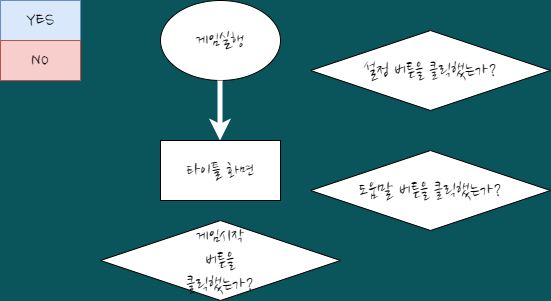
Earlier version of the draw.io export gameplay_flowchat.drawio.png (kinesis19/stac_project_SME). Source tidied: cells renumbered, new cells last; positions are measured from the earlier drawing's top-left corner, leaving out a move shared by most shapes.
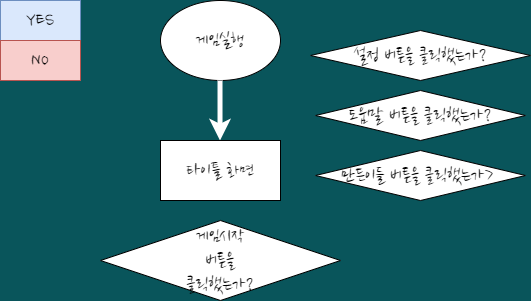
Above is the later version.

Change to the diagram source:
```diff
@@ -24,10 +24,13 @@
       <mxGeometry x="100" y="220" width="240" height="80" as="geometry" />
     </mxCell>
     <mxCell id="8" value="설정 버튼을 클릭했는가?" style="rhombus;whiteSpace=wrap;html=1;rounded=0;sketch=0;fontFamily=Nanum Brush Script;fontSource=https%3A%2F%2Ffonts.googleapis.com%2Fcss%3Ffamily%3DNanum%2BBrush%2BScript;fontSize=20;" parent="1" vertex="1">
-      <mxGeometry x="310" y="30" width="240" height="80" as="geometry" />
+      <mxGeometry x="310" y="30" width="220" height="50" as="geometry" />
     </mxCell>
     <mxCell id="9" value="도움말 버튼을 클릭했는가?" style="rhombus;whiteSpace=wrap;html=1;rounded=0;sketch=0;fontFamily=Nanum Brush Script;fontSource=https%3A%2F%2Ffonts.googleapis.com%2Fcss%3Ffamily%3DNanum%2BBrush%2BScript;fontSize=20;" parent="1" vertex="1">
-      <mxGeometry x="310" y="150" width="240" height="80" as="geometry" />
+      <mxGeometry x="315" y="90" width="210" height="50" as="geometry" />
     </mxCell>
+    <mxCell id="10" value="만든이들 버튼을 클릭했는가&amp;gt;&amp;nbsp;" style="rhombus;whiteSpace=wrap;html=1;rounded=0;sketch=0;fontFamily=Nanum Brush Script;fontSource=https%3A%2F%2Ffonts.googleapis.com%2Fcss%3Ffamily%3DNanum%2BBrush%2BScript;fontSize=20;" parent="1" vertex="1">
+      <mxGeometry x="315" y="150" width="210" height="50" as="geometry" />
+    </mxCell>
   </root>
 </mxGraphModel>
```
